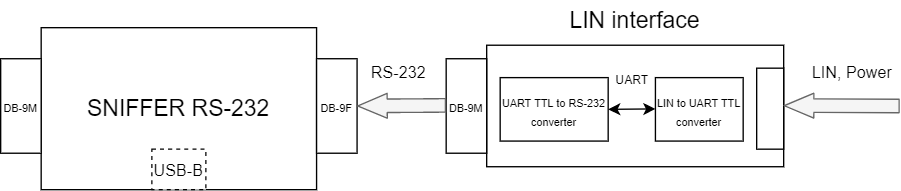
Above: images/lin_interface.png in JavaLandau/sniffer_rs232-hw (draw.io), before the change. Source tidied: cells renumbered, new cells last; positions are measured from the earlier drawing's top-left corner, leaving out a move shared by most shapes. Its diagram source:
```xml
<mxGraphModel>
  <root>
    <mxCell id="0" />
    <mxCell id="1" parent="0" />
    <mxCell id="2" value="&lt;font style=&quot;font-size: 17px&quot;&gt;SNIFFER RS-232&lt;/font&gt;" style="rounded=0;whiteSpace=wrap;html=1;sketch=0;" parent="1" vertex="1">
      <mxGeometry x="30" y="20" width="204" height="120" as="geometry" />
    </mxCell>
    <mxCell id="3" value="&lt;font style=&quot;font-size: 8px&quot;&gt;DB-9F&lt;/font&gt;" style="rounded=0;whiteSpace=wrap;html=1;direction=south;glass=0;shadow=0;sketch=0;" parent="1" vertex="1">
      <mxGeometry x="234" y="43" width="30" height="70" as="geometry" />
    </mxCell>
    <mxCell id="4" value="USB-B" style="rounded=0;whiteSpace=wrap;html=1;shadow=0;glass=0;sketch=0;dashed=1;" parent="1" vertex="1">
      <mxGeometry x="112" y="110" width="40" height="30" as="geometry" />
    </mxCell>
    <mxCell id="5" value="&lt;font style=&quot;font-size: 8px&quot;&gt;DB-9M&lt;/font&gt;" style="rounded=0;whiteSpace=wrap;html=1;direction=south;glass=0;shadow=0;sketch=0;" parent="1" vertex="1">
      <mxGeometry y="43" width="30" height="70" as="geometry" />
    </mxCell>
    <mxCell id="6" style="rounded=0;whiteSpace=wrap;html=1;sketch=0;" parent="1" vertex="1">
      <mxGeometry x="360" y="33" width="220" height="90" as="geometry" />
    </mxCell>
    <mxCell id="7" value="&lt;font style=&quot;font-size: 8px&quot;&gt;DB-9M&lt;/font&gt;" style="rounded=0;whiteSpace=wrap;html=1;direction=south;glass=0;shadow=0;sketch=0;" parent="1" vertex="1">
      <mxGeometry x="330" y="43" width="30" height="70" as="geometry" />
    </mxCell>
    <mxCell id="8" style="rounded=0;whiteSpace=wrap;html=1;shadow=0;glass=0;sketch=0;" parent="1" vertex="1">
      <mxGeometry x="560" y="50" width="20" height="60" as="geometry" />
    </mxCell>
    <mxCell id="9" value="&lt;font style=&quot;font-size: 8px&quot;&gt;UART TTL to RS-232&lt;br&gt;converter&lt;br&gt;&lt;/font&gt;" style="rounded=0;whiteSpace=wrap;html=1;shadow=0;glass=0;sketch=0;" parent="1" vertex="1">
      <mxGeometry x="370" y="57" width="80" height="47" as="geometry" />
    </mxCell>
    <mxCell id="10" value="&lt;font style=&quot;font-size: 8px&quot;&gt;LIN to UART TTL&lt;br&gt;converter&lt;br&gt;&lt;/font&gt;" style="rounded=0;whiteSpace=wrap;html=1;shadow=0;glass=0;sketch=0;" parent="1" vertex="1">
      <mxGeometry x="485" y="57" width="65" height="47" as="geometry" />
    </mxCell>
    <mxCell id="11" style="shape=flexArrow;endArrow=none;startArrow=classic;html=1;fillColor=#f5f5f5;strokeColor=#666666;endWidth=7.428571428571429;endSize=6.948571428571428;startWidth=7.428571428571429;startSize=6.948571428571428;exitX=0.5;exitY=0;exitDx=0;exitDy=0;endFill=0;" parent="1" edge="1" source="3">
      <mxGeometry relative="1" as="geometry">
        <mxPoint x="330" y="77.6" as="targetPoint" />
      </mxGeometry>
    </mxCell>
    <mxCell id="12" value="RS-232" style="text;html=1;strokeColor=none;fillColor=none;align=center;verticalAlign=middle;whiteSpace=wrap;rounded=0;shadow=0;glass=0;sketch=0;" parent="1" vertex="1">
      <mxGeometry x="270" y="43" width="50" height="20" as="geometry" />
    </mxCell>
    <mxCell id="13" style="endArrow=classic;startArrow=classic;html=1;fillColor=#ffffff;exitX=1;exitY=0.5;exitDx=0;exitDy=0;" parent="1" edge="1" source="9">
      <mxGeometry relative="1" as="geometry">
        <mxPoint x="485" y="80.2" as="targetPoint" />
      </mxGeometry>
    </mxCell>
    <mxCell id="14" value="&lt;font style=&quot;font-size: 9px&quot;&gt;UART&lt;/font&gt;" style="text;html=1;strokeColor=none;fillColor=none;align=center;verticalAlign=middle;whiteSpace=wrap;rounded=0;shadow=0;glass=0;sketch=0;" parent="1" vertex="1">
      <mxGeometry x="443" y="47" width="50" height="20" as="geometry" />
    </mxCell>
    <mxCell id="15" style="shape=flexArrow;endArrow=none;startArrow=classic;html=1;fillColor=#f5f5f5;strokeColor=#666666;endWidth=7.428571428571429;endSize=6.948571428571428;startWidth=7.428571428571429;startSize=6.948571428571428;endFill=0;" parent="1" edge="1">
      <mxGeometry relative="1" as="geometry">
        <mxPoint x="580" y="77.7" as="sourcePoint" />
        <mxPoint x="666" y="78" as="targetPoint" />
      </mxGeometry>
    </mxCell>
    <mxCell id="16" value="LIN, Power" style="text;html=1;strokeColor=none;fillColor=none;align=center;verticalAlign=middle;whiteSpace=wrap;rounded=0;shadow=0;glass=0;sketch=0;" parent="1" vertex="1">
      <mxGeometry x="596" y="43" width="70" height="20" as="geometry" />
    </mxCell>
    <mxCell id="17" value="&lt;font style=&quot;font-size: 17px&quot;&gt;LIN interface&lt;/font&gt;" style="text;html=1;strokeColor=none;fillColor=none;align=center;verticalAlign=middle;whiteSpace=wrap;rounded=0;shadow=0;glass=0;sketch=0;" parent="1" vertex="1">
      <mxGeometry x="390" width="160" height="30" as="geometry" />
    </mxCell>
  </root>
</mxGraphModel>
```
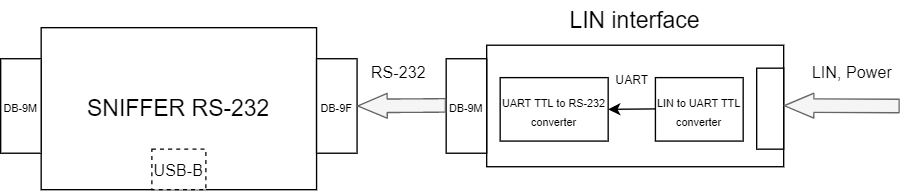
The same diagram one commit later.

Commit message:
Subtle changes in image "lin_interface"

What changed in the source:
```diff
@@ -37,7 +37,7 @@
     <mxCell id="12" value="RS-232" style="text;html=1;strokeColor=none;fillColor=none;align=center;verticalAlign=middle;whiteSpace=wrap;rounded=0;shadow=0;glass=0;sketch=0;" parent="1" vertex="1">
       <mxGeometry x="270" y="43" width="50" height="20" as="geometry" />
     </mxCell>
-    <mxCell id="13" style="endArrow=classic;startArrow=classic;html=1;fillColor=#ffffff;exitX=1;exitY=0.5;exitDx=0;exitDy=0;" parent="1" edge="1" source="9">
+    <mxCell id="13" style="endArrow=none;startArrow=classic;html=1;fillColor=#ffffff;exitX=1;exitY=0.5;exitDx=0;exitDy=0;endFill=0;" parent="1" edge="1" source="9">
       <mxGeometry relative="1" as="geometry">
         <mxPoint x="485" y="80.2" as="targetPoint" />
       </mxGeometry>
```
